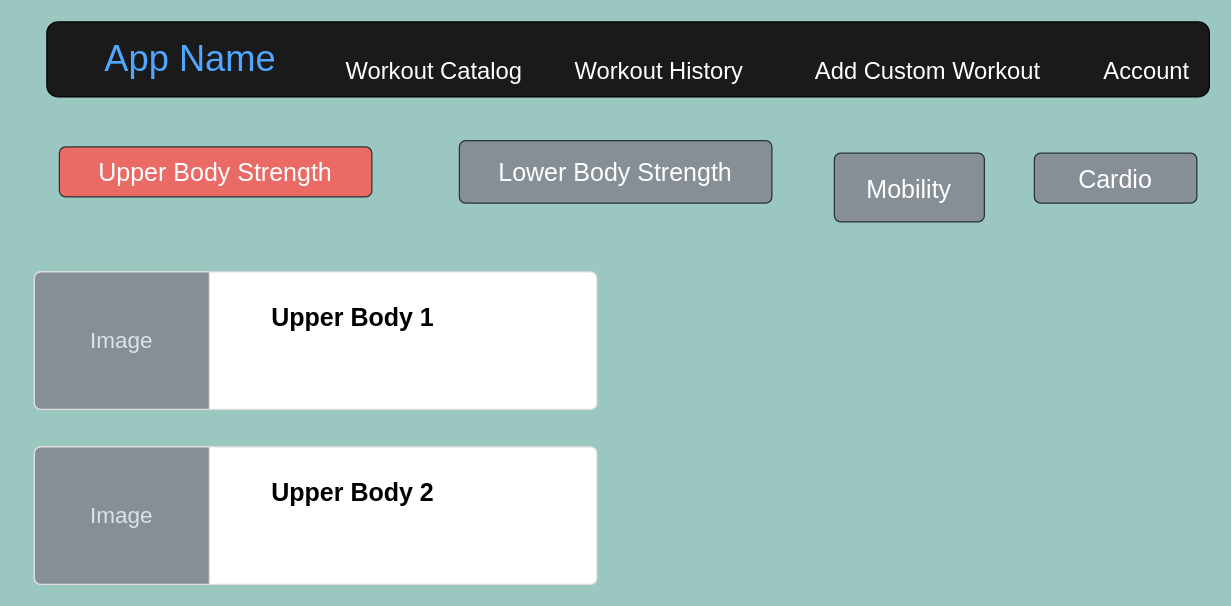
This is page "Workout Catalog" (6 of 9) of Untitled Diagram.drawio from ashmiller002/codercizers, a draw.io file, before an edit. Source tidied: cells renumbered, new cells numbered last; positions are measured from the earlier drawing's top-left corner, leaving out a move shared by most shapes. Both pictures are drawn from the tidied source at 125%, with x=0, y=0 at pixel (21, 21).
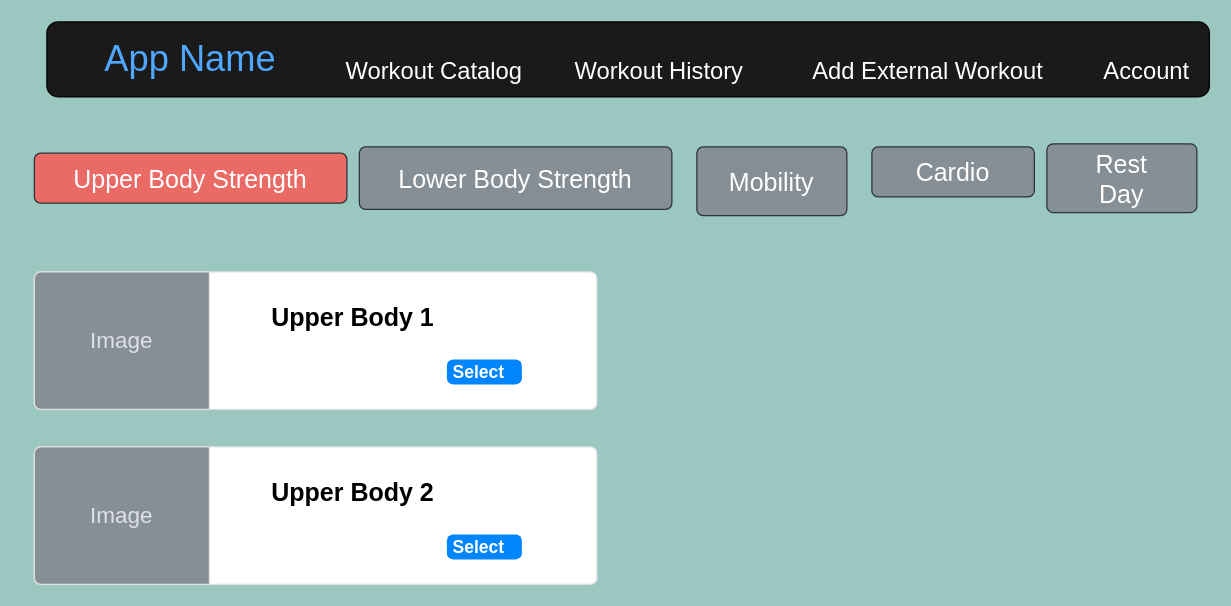
The same diagram, later.

Change to the diagram source:
```diff
@@
 <mxGraphModel background="#9AC7BF">
   <root>
     <mxCell id="0" />
     <mxCell id="1" parent="0" />
     <mxCell id="2" style="group;" parent="1" vertex="1">
       <mxGeometry x="20" width="930" height="60" as="geometry" />
     </mxCell>
     <mxCell id="3" style="rounded=1;whiteSpace=wrap;html=1;fillColor=#1A1A1A;" parent="2" vertex="1">
       <mxGeometry width="930" height="60" as="geometry" />
     </mxCell>
     <mxCell id="4" value="App Name" style="text;html=1;strokeColor=none;fillColor=none;align=center;verticalAlign=middle;whiteSpace=wrap;rounded=0;fontSize=29;fontColor=#4FA7FF;" parent="2" vertex="1">
       <mxGeometry x="-20" y="20" width="270" height="20" as="geometry" />
     </mxCell>
     <mxCell id="5" value="&lt;font&gt;Account&lt;/font&gt;" style="text;html=1;strokeColor=none;fillColor=none;align=center;verticalAlign=middle;whiteSpace=wrap;rounded=0;fontSize=19;fontColor=#FFFFFF;" parent="2" vertex="1">
       <mxGeometry x="860" y="30" width="40" height="20" as="geometry" />
     </mxCell>
     <mxCell id="6" value="&lt;font&gt;Workout History&lt;/font&gt;" style="text;html=1;strokeColor=none;fillColor=none;align=center;verticalAlign=middle;whiteSpace=wrap;rounded=0;fontSize=19;fontColor=#FFFFFF;" parent="2" vertex="1">
       <mxGeometry x="410" y="30" width="160" height="20" as="geometry" />
     </mxCell>
     <mxCell id="7" value="&lt;font&gt;Workout Catalog&lt;/font&gt;" style="text;html=1;strokeColor=none;fillColor=none;align=center;verticalAlign=middle;whiteSpace=wrap;rounded=0;fontSize=19;fontColor=#FFFFFF;" parent="2" vertex="1">
       <mxGeometry x="220" y="30" width="180" height="20" as="geometry" />
     </mxCell>
     <mxCell id="8" value="Upper Body Strength" style="html=1;shadow=0;dashed=0;shape=mxgraph.bootstrap.rrect;rSize=5;strokeColor=#2D3338;html=1;whiteSpace=wrap;fontColor=#ffffff;verticalAlign=middle;align=center;spacing=20;fontSize=20;fillColor=#EA6B66;" parent="1" vertex="1">
-      <mxGeometry x="30" y="100" width="250" height="40" as="geometry" />
+      <mxGeometry x="10" y="105" width="250" height="40" as="geometry" />
     </mxCell>
-    <mxCell id="9" value="&lt;font&gt;Add Custom Workout&lt;br&gt;&lt;/font&gt;" style="text;html=1;strokeColor=none;fillColor=none;align=center;verticalAlign=middle;whiteSpace=wrap;rounded=0;fontSize=19;fontColor=#FFFFFF;" parent="1" vertex="1">
+    <mxCell id="9" value="&lt;font&gt;Add External Workout&lt;br&gt;&lt;/font&gt;" style="text;html=1;strokeColor=none;fillColor=none;align=center;verticalAlign=middle;whiteSpace=wrap;rounded=0;fontSize=19;fontColor=#FFFFFF;" parent="1" vertex="1">
       <mxGeometry x="600" y="30" width="250" height="20" as="geometry" />
     </mxCell>
     <mxCell id="10" value="Cardio" style="html=1;shadow=0;dashed=0;shape=mxgraph.bootstrap.rrect;rSize=5;strokeColor=#2D3338;html=1;whiteSpace=wrap;fillColor=#868E96;fontColor=#ffffff;verticalAlign=middle;align=center;spacing=20;fontSize=20;" parent="1" vertex="1">
-      <mxGeometry x="810" y="105" width="130" height="40" as="geometry" />
+      <mxGeometry x="680" y="100" width="130" height="40" as="geometry" />
     </mxCell>
     <mxCell id="11" value="Mobility" style="html=1;shadow=0;dashed=0;shape=mxgraph.bootstrap.rrect;rSize=5;strokeColor=#2D3338;html=1;whiteSpace=wrap;fillColor=#868E96;fontColor=#ffffff;verticalAlign=middle;align=center;spacing=20;fontSize=20;" parent="1" vertex="1">
-      <mxGeometry x="650" y="105" width="120" height="55" as="geometry" />
+      <mxGeometry x="540" y="100" width="120" height="55" as="geometry" />
     </mxCell>
     <mxCell id="12" value="Lower Body Strength" style="html=1;shadow=0;dashed=0;shape=mxgraph.bootstrap.rrect;rSize=5;strokeColor=#2D3338;html=1;whiteSpace=wrap;fillColor=#868E96;fontColor=#ffffff;verticalAlign=middle;align=center;spacing=20;fontSize=20;" parent="1" vertex="1">
-      <mxGeometry x="350" y="95" width="250" height="50" as="geometry" />
+      <mxGeometry x="270" y="100" width="250" height="50" as="geometry" />
     </mxCell>
     <mxCell id="13" value="&lt;span style=&quot;font-size: 20px&quot;&gt;&lt;b&gt;Upper Body 1&lt;/b&gt;&lt;/span&gt;" style="html=1;shadow=0;dashed=0;shape=mxgraph.bootstrap.rrect;rSize=5;strokeColor=#DFDFDF;html=1;whiteSpace=wrap;fillColor=#ffffff;fontColor=#000000;verticalAlign=top;align=left;spacing=20;fontSize=14;spacingLeft=170;" parent="1" vertex="1">
       <mxGeometry x="10" y="200" width="450" height="110" as="geometry" />
     </mxCell>
     <mxCell id="14" value="Image" style="html=1;shadow=0;dashed=0;shape=mxgraph.bootstrap.leftButton;rSize=5;perimeter=none;whiteSpace=wrap;fillColor=#868E96;strokeColor=#DFDFDF;fontColor=#DEE2E6;fontSize=18;" parent="13" vertex="1">
       <mxGeometry width="140" height="110" relative="1" as="geometry" />
     </mxCell>
     <mxCell id="15" value="&lt;span style=&quot;font-size: 20px&quot;&gt;&lt;b&gt;Upper Body 2&lt;/b&gt;&lt;/span&gt;" style="html=1;shadow=0;dashed=0;shape=mxgraph.bootstrap.rrect;rSize=5;strokeColor=#DFDFDF;html=1;whiteSpace=wrap;fillColor=#ffffff;fontColor=#000000;verticalAlign=top;align=left;spacing=20;fontSize=14;spacingLeft=170;" parent="1" vertex="1">
       <mxGeometry x="10" y="340" width="450" height="110" as="geometry" />
     </mxCell>
     <mxCell id="16" value="Image" style="html=1;shadow=0;dashed=0;shape=mxgraph.bootstrap.leftButton;rSize=5;perimeter=none;whiteSpace=wrap;fillColor=#868E96;strokeColor=#DFDFDF;fontColor=#DEE2E6;fontSize=18;" parent="15" vertex="1">
       <mxGeometry width="140" height="110" relative="1" as="geometry" />
     </mxCell>
+    <mxCell id="17" value="Rest Day" style="html=1;shadow=0;dashed=0;shape=mxgraph.bootstrap.rrect;rSize=5;strokeColor=#2D3338;html=1;whiteSpace=wrap;fillColor=#868E96;fontColor=#ffffff;verticalAlign=middle;align=center;spacing=20;fontSize=20;" parent="1" vertex="1">
+      <mxGeometry x="820" y="97.5" width="120" height="55" as="geometry" />
+    </mxCell>
+    <mxCell id="18" value="Select" style="html=1;shadow=0;dashed=0;shape=mxgraph.bootstrap.rrect;rSize=5;strokeColor=none;strokeWidth=1;fillColor=#0085FC;fontColor=#FFFFFF;whiteSpace=wrap;align=left;verticalAlign=middle;spacingLeft=0;fontStyle=1;fontSize=14;spacing=5;" parent="1" vertex="1">
+      <mxGeometry x="340" y="270" width="60" height="20" as="geometry" />
+    </mxCell>
+    <mxCell id="19" value="Select" style="html=1;shadow=0;dashed=0;shape=mxgraph.bootstrap.rrect;rSize=5;strokeColor=none;strokeWidth=1;fillColor=#0085FC;fontColor=#FFFFFF;whiteSpace=wrap;align=left;verticalAlign=middle;spacingLeft=0;fontStyle=1;fontSize=14;spacing=5;" parent="1" vertex="1">
+      <mxGeometry x="340" y="410" width="60" height="20" as="geometry" />
+    </mxCell>
   </root>
 </mxGraphModel>
```
